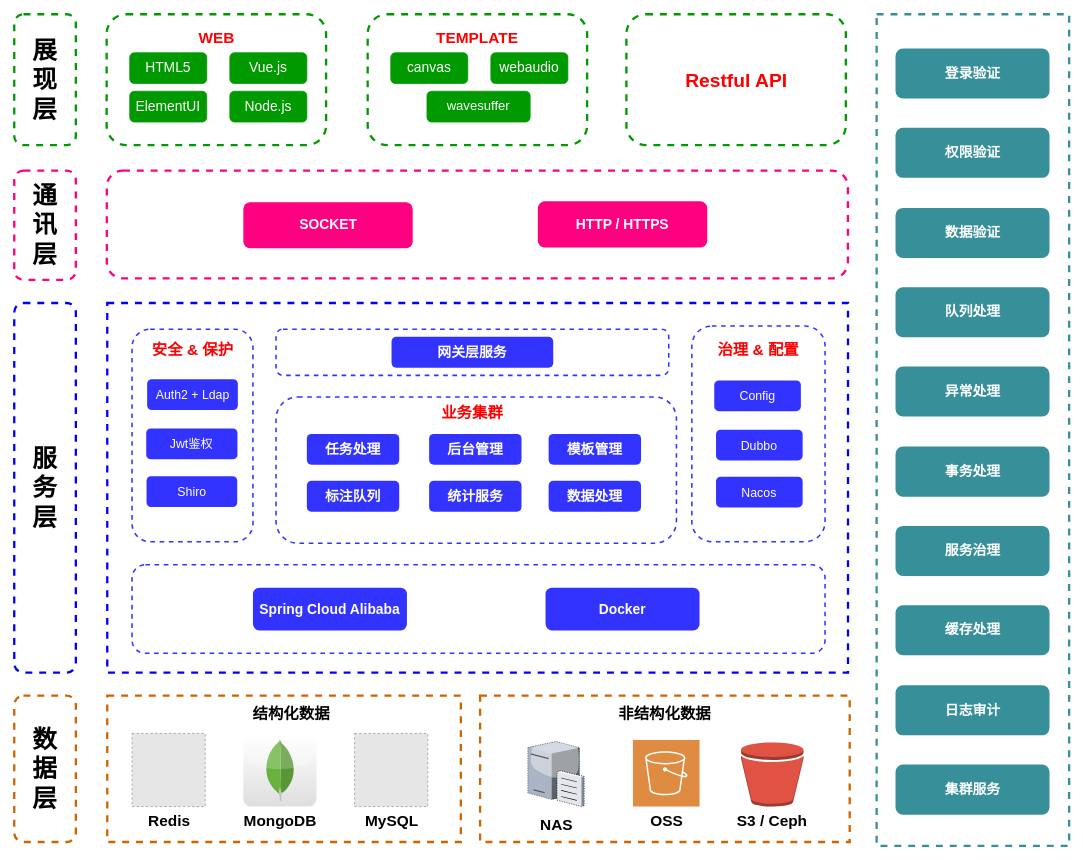
Earlier version of the draw.io diagram ShujiajiaPro/系统技术架构图.drawio (rainoo/diagrams). Source tidied: cells renumbered, new cells numbered last; positions are measured from the earlier drawing's top-left corner, leaving out a move shared by most shapes. Both pictures are drawn from the tidied source at 77%, with x=0, y=0 at pixel (14, 14). Pictures stored in the file or linked from it are replaced by grey dashed boxes.
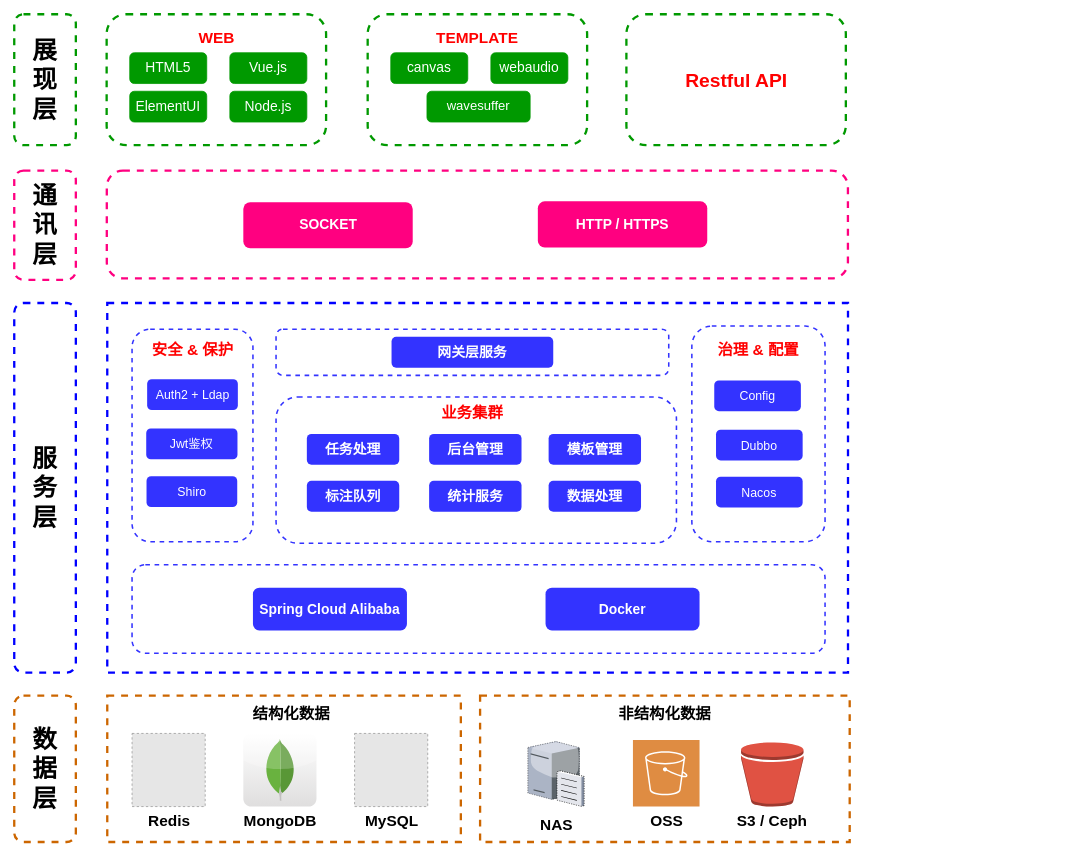
The same diagram, later.

Commit message:
更新系统技术架构图.drawio

What changed in the source:
```diff
@@
-    <mxCell id="48" style="rounded=0;whiteSpace=wrap;html=1;glass=0;fontSize=15;fontColor=#66FF66;strokeWidth=3;dashed=1;fillColor=none;strokeColor=#378F99;" parent="1" vertex="1">
-      <mxGeometry x="1120" width="250" height="1080" as="geometry" />
-    </mxCell>
-    <mxCell id="49" value="登录验证" style="rounded=1;whiteSpace=wrap;html=1;glass=0;fontSize=18;fontStyle=1;strokeColor=none;fontColor=#FFFFFF;fillColor=#378F99;" parent="1" vertex="1">
-      <mxGeometry x="1144.5" y="44.5" width="200" height="65" as="geometry" />
-    </mxCell>
-    <mxCell id="50" value="权限验证" style="rounded=1;whiteSpace=wrap;html=1;glass=0;fontSize=18;fontStyle=1;strokeColor=none;fontColor=#FFFFFF;fillColor=#378F99;" parent="1" vertex="1">
-      <mxGeometry x="1144.5" y="147.5" width="200" height="65" as="geometry" />
-    </mxCell>
-    <mxCell id="51" value="数据验证" style="rounded=1;whiteSpace=wrap;html=1;glass=0;fontSize=18;fontStyle=1;strokeColor=none;fontColor=#FFFFFF;fillColor=#378F99;" parent="1" vertex="1">
-      <mxGeometry x="1144.5" y="251.5" width="200" height="65" as="geometry" />
-    </mxCell>
-    <mxCell id="52" value="队列处理" style="rounded=1;whiteSpace=wrap;html=1;glass=0;fontSize=18;fontStyle=1;strokeColor=none;fontColor=#FFFFFF;fillColor=#378F99;" parent="1" vertex="1">
-      <mxGeometry x="1144.5" y="354.5" width="200" height="65" as="geometry" />
-    </mxCell>
-    <mxCell id="53" value="异常处理" style="rounded=1;whiteSpace=wrap;html=1;glass=0;fontSize=18;fontStyle=1;strokeColor=none;fontColor=#FFFFFF;fillColor=#378F99;" parent="1" vertex="1">
-      <mxGeometry x="1144.5" y="457.5" width="200" height="65" as="geometry" />
-    </mxCell>
-    <mxCell id="54" value="事务处理" style="rounded=1;whiteSpace=wrap;html=1;glass=0;fontSize=18;fontStyle=1;strokeColor=none;fontColor=#FFFFFF;fillColor=#378F99;" parent="1" vertex="1">
-      <mxGeometry x="1144.5" y="561.5" width="200" height="65" as="geometry" />
-    </mxCell>
-    <mxCell id="55" value="服务治理" style="rounded=1;whiteSpace=wrap;html=1;glass=0;fontSize=18;fontStyle=1;strokeColor=none;fontColor=#FFFFFF;fillColor=#378F99;" parent="1" vertex="1">
-      <mxGeometry x="1144.5" y="664.5" width="200" height="65" as="geometry" />
-    </mxCell>
-    <mxCell id="56" value="缓存处理" style="rounded=1;whiteSpace=wrap;html=1;glass=0;fontSize=18;fontStyle=1;strokeColor=none;fontColor=#FFFFFF;fillColor=#378F99;" parent="1" vertex="1">
-      <mxGeometry x="1144.5" y="767.5" width="200" height="65" as="geometry" />
-    </mxCell>
-    <mxCell id="57" value="日志审计" style="rounded=1;whiteSpace=wrap;html=1;glass=0;fontSize=18;fontStyle=1;strokeColor=none;fontColor=#FFFFFF;fillColor=#378F99;" parent="1" vertex="1">
-      <mxGeometry x="1144.5" y="871.5" width="200" height="65" as="geometry" />
-    </mxCell>
-    <mxCell id="58" value="集群服务" style="rounded=1;whiteSpace=wrap;html=1;glass=0;fontSize=18;fontStyle=1;strokeColor=none;fontColor=#FFFFFF;fillColor=#378F99;" parent="1" vertex="1">
-      <mxGeometry x="1144.5" y="974.5" width="200" height="65" as="geometry" />
-    </mxCell>
```
